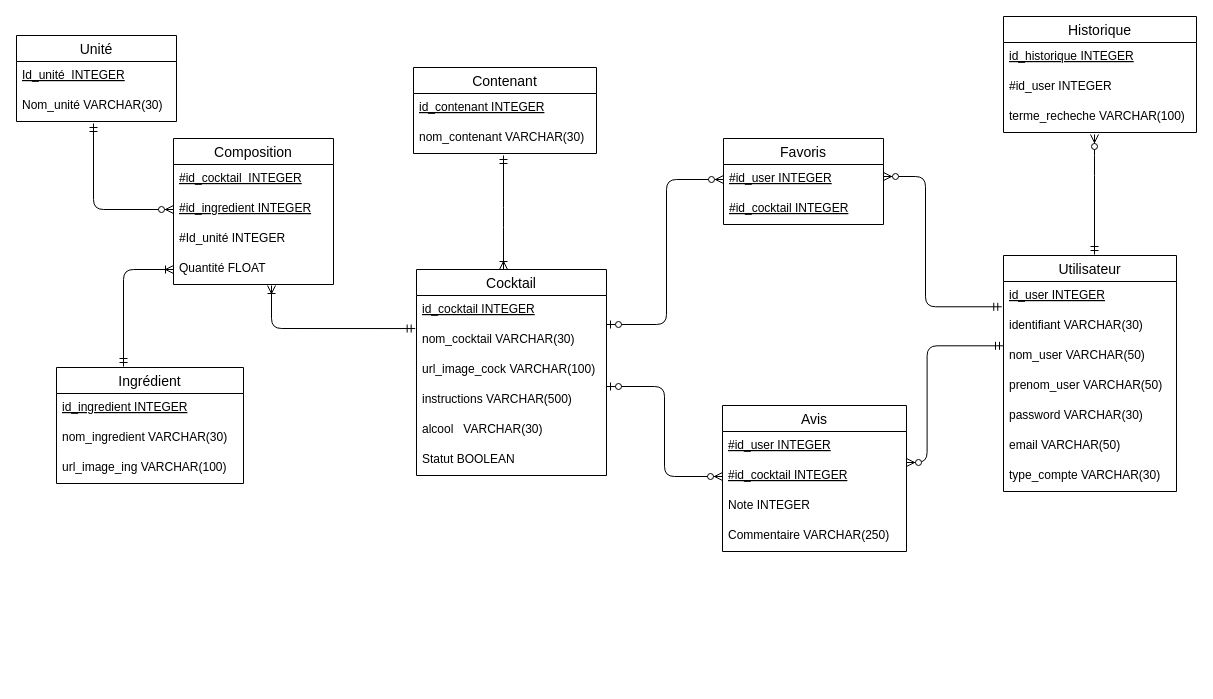
Earlier version of the draw.io diagram Diagramme de Base de données.drawio (snouatin/ProjetInfo2A). Source tidied: cells renumbered, new cells numbered last; positions are measured from the earlier drawing's top-left corner, leaving out a move shared by most shapes. Both pictures are drawn from the tidied source at 100%, with x=0, y=0 at pixel (16, 16).
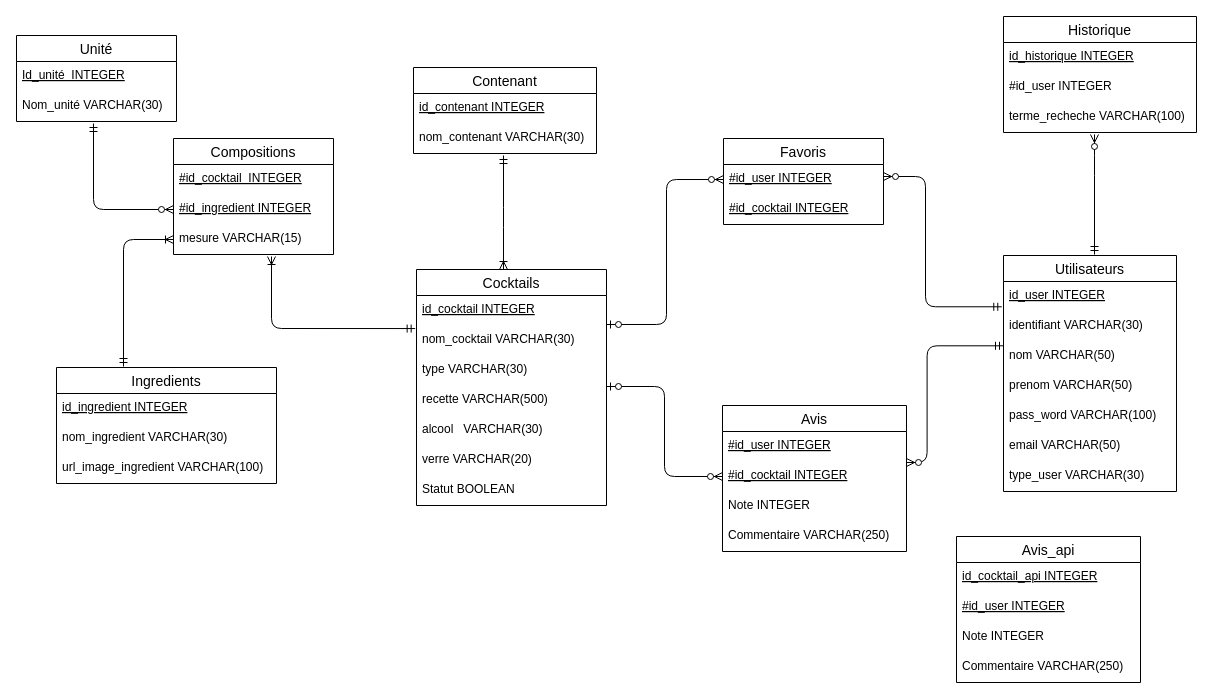
Above is the later version.

The change refers to these unchanged cells:
```xml
<mxCell id="23" value="nom_cocktail VARCHAR(30)" style="text;strokeColor=none;fillColor=none;spacingLeft=4;spacingRight=4;overflow=hidden;points=[[0,0.5],[1,0.5]];portConstraint=eastwest;fontSize=12;" parent="21" vertex="1">
  <mxGeometry y="56" width="190" height="30" as="geometry" />
</mxCell>
```

Change to the diagram source:
```diff
@@
     <mxCell id="4" style="edgeStyle=elbowEdgeStyle;fontSize=12;html=1;endArrow=ERoneToMany;startArrow=ERmandOne;exitX=-0.007;exitY=0.102;exitDx=0;exitDy=0;elbow=vertical;exitPerimeter=0;" parent="1" edge="1" source="23">
       <mxGeometry relative="1" as="geometry">
-        <mxPoint x="255" y="269" as="targetPoint" />
+        <mxPoint x="255" y="240" as="targetPoint" />
         <Array as="points">
           <mxPoint x="307" y="312" />
         </Array>
       </mxGeometry>
     </mxCell>
@@
-    <mxCell id="9" value="Ingrédient" style="swimlane;fontStyle=0;horizontal=1;startSize=26;align=center;fontSize=14;" parent="1" vertex="1">
-      <mxGeometry x="40" y="351" width="187" height="116" as="geometry" />
+    <mxCell id="9" value="Ingredients" style="swimlane;fontStyle=0;horizontal=1;startSize=26;align=center;fontSize=14;" parent="1" vertex="1">
+      <mxGeometry x="40" y="351" width="220" height="116" as="geometry" />
     </mxCell>
     <mxCell id="10" value="id_ingredient INTEGER" style="text;strokeColor=none;fillColor=none;spacingLeft=4;spacingRight=4;overflow=hidden;fontSize=12;fontStyle=4;" parent="9" vertex="1">
-      <mxGeometry y="26" width="187" height="30" as="geometry" />
+      <mxGeometry y="26" width="220" height="30" as="geometry" />
     </mxCell>
     <mxCell id="11" value="nom_ingredient VARCHAR(30)" style="text;strokeColor=none;fillColor=none;spacingLeft=4;spacingRight=4;overflow=hidden;fontSize=12;" parent="9" vertex="1">
-      <mxGeometry y="56" width="187" height="30" as="geometry" />
+      <mxGeometry y="56" width="220" height="30" as="geometry" />
     </mxCell>
-    <mxCell id="12" value="url_image_ing VARCHAR(100)" style="text;strokeColor=none;fillColor=none;spacingLeft=4;spacingRight=4;overflow=hidden;fontSize=12;" parent="9" vertex="1">
-      <mxGeometry y="86" width="187" height="30" as="geometry" />
+    <mxCell id="12" value="url_image_ingredient VARCHAR(100)" style="text;strokeColor=none;fillColor=none;spacingLeft=4;spacingRight=4;overflow=hidden;fontSize=12;" parent="9" vertex="1">
+      <mxGeometry y="86" width="220" height="30" as="geometry" />
     </mxCell>
-    <mxCell id="13" value="Composition" style="swimlane;fontStyle=0;horizontal=1;startSize=26;align=center;fontSize=14;" parent="1" vertex="1">
-      <mxGeometry x="157" y="122" width="160" height="146" as="geometry" />
+    <mxCell id="13" value="Compositions" style="swimlane;fontStyle=0;horizontal=1;startSize=26;align=center;fontSize=14;" parent="1" vertex="1">
+      <mxGeometry x="157" y="122" width="160" height="116" as="geometry" />
     </mxCell>
@@
-    <mxCell id="16" value="#Id_unité INTEGER" style="text;strokeColor=none;fillColor=none;spacingLeft=4;spacingRight=4;overflow=hidden;fontSize=12;fontStyle=0;" parent="13" vertex="1">
-      <mxGeometry y="86" width="160" height="30" as="geometry" />
-    </mxCell>
-    <mxCell id="17" value="Quantité FLOAT" style="text;strokeColor=none;fillColor=none;spacingLeft=4;spacingRight=4;overflow=hidden;points=[[0,0.5],[1,0.5]];portConstraint=eastwest;fontSize=12;fontStyle=0;" parent="13" vertex="1">
-      <mxGeometry y="116" width="160" height="30" as="geometry" />
+    <mxCell id="17" value="mesure VARCHAR(15)" style="text;strokeColor=none;fillColor=none;spacingLeft=4;spacingRight=4;overflow=hidden;points=[[0,0.5],[1,0.5]];portConstraint=eastwest;fontSize=12;fontStyle=0;" parent="13" vertex="1">
+      <mxGeometry y="86" width="160" height="30" as="geometry" />
     </mxCell>
@@
-    <mxCell id="21" value="Cocktail" style="swimlane;fontStyle=0;horizontal=1;startSize=26;align=center;fontSize=14;" parent="1" vertex="1">
-      <mxGeometry x="400" y="253" width="190" height="206" as="geometry" />
+    <mxCell id="21" value="Cocktails" style="swimlane;fontStyle=0;horizontal=1;startSize=26;align=center;fontSize=14;" parent="1" vertex="1">
+      <mxGeometry x="400" y="253" width="190" height="236" as="geometry" />
     </mxCell>
@@
-    <mxCell id="24" value="url_image_cock VARCHAR(100)" style="text;strokeColor=none;fillColor=none;spacingLeft=4;spacingRight=4;overflow=hidden;fontSize=12;" parent="21" vertex="1">
+    <mxCell id="24" value="type VARCHAR(30)" style="text;strokeColor=none;fillColor=none;spacingLeft=4;spacingRight=4;overflow=hidden;fontSize=12;" parent="21" vertex="1">
       <mxGeometry y="86" width="190" height="30" as="geometry" />
     </mxCell>
-    <mxCell id="25" value="instructions VARCHAR(500)" style="text;strokeColor=none;fillColor=none;spacingLeft=4;spacingRight=4;overflow=hidden;fontSize=12;" parent="21" vertex="1">
+    <mxCell id="25" value="recette VARCHAR(500)" style="text;strokeColor=none;fillColor=none;spacingLeft=4;spacingRight=4;overflow=hidden;fontSize=12;" parent="21" vertex="1">
       <mxGeometry y="116" width="190" height="30" as="geometry" />
     </mxCell>
@@
-    <mxCell id="27" value="Statut BOOLEAN" style="text;strokeColor=none;fillColor=none;spacingLeft=4;spacingRight=4;overflow=hidden;fontSize=12;" parent="21" vertex="1">
+    <mxCell id="27" value="verre VARCHAR(20)" style="text;strokeColor=none;fillColor=none;spacingLeft=4;spacingRight=4;overflow=hidden;fontSize=12;" parent="21" vertex="1">
       <mxGeometry y="176" width="190" height="30" as="geometry" />
     </mxCell>
+    <mxCell id="53" value="Statut BOOLEAN" style="text;strokeColor=none;fillColor=none;spacingLeft=4;spacingRight=4;overflow=hidden;fontSize=12;" parent="21" vertex="1">
+      <mxGeometry y="206" width="190" height="30" as="geometry" />
+    </mxCell>
@@
-    <mxCell id="39" value="Utilisateur" style="swimlane;fontStyle=0;horizontal=1;startSize=26;align=center;fontSize=14;" parent="1" vertex="1">
+    <mxCell id="39" value="Utilisateurs" style="swimlane;fontStyle=0;horizontal=1;startSize=26;align=center;fontSize=14;" parent="1" vertex="1">
       <mxGeometry x="987" y="239" width="173" height="236" as="geometry" />
     </mxCell>
@@
-    <mxCell id="42" value="nom_user VARCHAR(50)" style="text;strokeColor=none;fillColor=none;spacingLeft=4;spacingRight=4;overflow=hidden;fontSize=12;" parent="39" vertex="1">
+    <mxCell id="42" value="nom VARCHAR(50)" style="text;strokeColor=none;fillColor=none;spacingLeft=4;spacingRight=4;overflow=hidden;fontSize=12;" parent="39" vertex="1">
       <mxGeometry y="86" width="173" height="30" as="geometry" />
     </mxCell>
-    <mxCell id="43" value="prenom_user VARCHAR(50)" style="text;strokeColor=none;fillColor=none;spacingLeft=4;spacingRight=4;overflow=hidden;fontSize=12;" parent="39" vertex="1">
+    <mxCell id="43" value="prenom VARCHAR(50)" style="text;strokeColor=none;fillColor=none;spacingLeft=4;spacingRight=4;overflow=hidden;fontSize=12;" parent="39" vertex="1">
       <mxGeometry y="116" width="173" height="30" as="geometry" />
     </mxCell>
-    <mxCell id="44" value="password VARCHAR(30)" style="text;strokeColor=none;fillColor=none;spacingLeft=4;spacingRight=4;overflow=hidden;fontSize=12;" parent="39" vertex="1">
+    <mxCell id="44" value="pass_word VARCHAR(100)" style="text;strokeColor=none;fillColor=none;spacingLeft=4;spacingRight=4;overflow=hidden;fontSize=12;" parent="39" vertex="1">
       <mxGeometry y="146" width="173" height="30" as="geometry" />
     </mxCell>
@@
-    <mxCell id="46" value="type_compte VARCHAR(30)" style="text;strokeColor=none;fillColor=none;spacingLeft=4;spacingRight=4;overflow=hidden;fontSize=12;" parent="39" vertex="1">
+    <mxCell id="46" value="type_user VARCHAR(30)" style="text;strokeColor=none;fillColor=none;spacingLeft=4;spacingRight=4;overflow=hidden;fontSize=12;" parent="39" vertex="1">
       <mxGeometry y="206" width="173" height="30" as="geometry" />
     </mxCell>
@@
+    <mxCell id="54" value="Avis_api" style="swimlane;fontStyle=0;horizontal=1;startSize=26;align=center;fontSize=14;" parent="1" vertex="1">
+      <mxGeometry x="940" y="520" width="184" height="146" as="geometry" />
+    </mxCell>
+    <mxCell id="55" value="id_cocktail_api INTEGER" style="text;strokeColor=none;fillColor=none;spacingLeft=4;spacingRight=4;overflow=hidden;fontSize=12;fontStyle=4;" parent="54" vertex="1">
+      <mxGeometry y="26" width="184" height="30" as="geometry" />
+    </mxCell>
+    <mxCell id="56" value="#id_user INTEGER" style="text;strokeColor=none;fillColor=none;spacingLeft=4;spacingRight=4;overflow=hidden;fontSize=12;fontStyle=4;" parent="54" vertex="1">
+      <mxGeometry y="56" width="184" height="30" as="geometry" />
+    </mxCell>
+    <mxCell id="57" value="Note INTEGER" style="text;strokeColor=none;fillColor=none;spacingLeft=4;spacingRight=4;overflow=hidden;fontSize=12;fontStyle=0;" parent="54" vertex="1">
+      <mxGeometry y="86" width="184" height="30" as="geometry" />
+    </mxCell>
+    <mxCell id="58" value="Commentaire VARCHAR(250)" style="text;strokeColor=none;fillColor=none;spacingLeft=4;spacingRight=4;overflow=hidden;fontSize=12;" parent="54" vertex="1">
+      <mxGeometry y="116" width="184" height="30" as="geometry" />
+    </mxCell>
```
